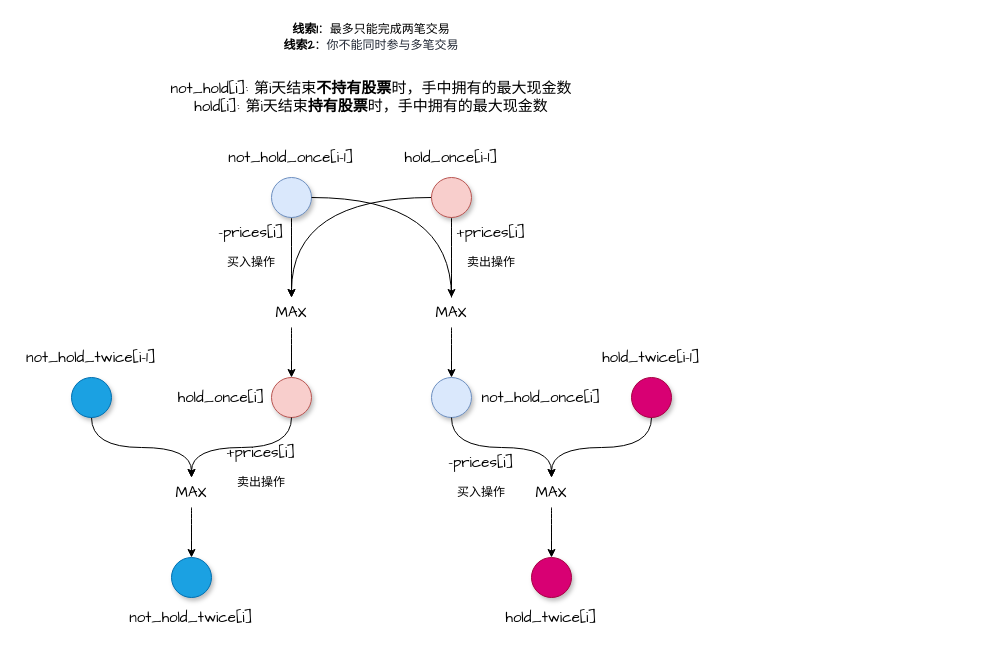
Above: draw.io/买卖股票的最佳时机III.drawio in goldknife6/algorithm (draw.io), before the change. Source tidied: cells renumbered, new cells numbered last; positions are measured from the earlier drawing's top-left corner, leaving out a move shared by most shapes. Both pictures are drawn from the tidied source at 100%, with x=0, y=0 at pixel (21, 17).
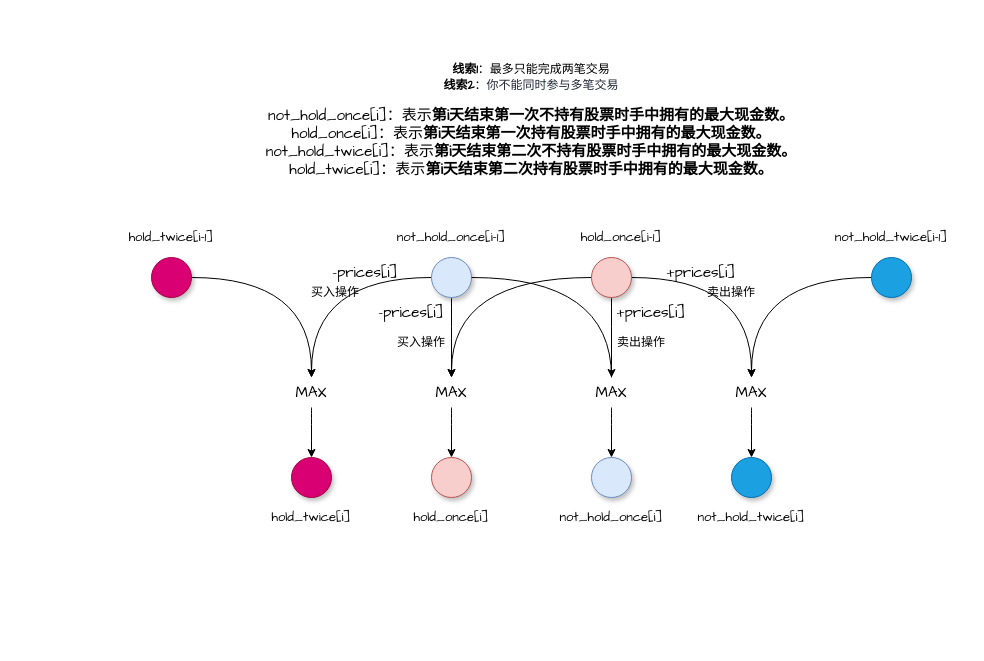
Above is the later version.

Commit message:
更新买卖股票的最佳时机III.drawio

What changed in the source:
```diff
@@
+    <mxCell id="44" style="edgeStyle=orthogonalEdgeStyle;curved=1;rounded=0;jettySize=auto;html=1;exitX=0;exitY=0.5;exitDx=0;exitDy=0;entryX=0.5;entryY=0;entryDx=0;entryDy=0;fontFamily=Comic Sans MS;" parent="1" edge="1" source="3" target="33">
+      <mxGeometry relative="1" as="geometry" />
+    </mxCell>
     <mxCell id="3" style="ellipse;whiteSpace=wrap;html=1;shadow=1;fillColor=#dae8fc;strokeColor=#6c8ebf;" parent="1" vertex="1">
-      <mxGeometry x="250" y="160" width="40" height="40" as="geometry" />
+      <mxGeometry x="410" y="240" width="40" height="40" as="geometry" />
     </mxCell>
     <mxCell id="4" style="ellipse;whiteSpace=wrap;html=1;shadow=1;fillColor=#dae8fc;strokeColor=#6c8ebf;" parent="1" vertex="1">
-      <mxGeometry x="410" y="360" width="40" height="40" as="geometry" />
+      <mxGeometry x="570" y="440" width="40" height="40" as="geometry" />
     </mxCell>
-    <mxCell id="5" value="&lt;font style=&quot;font-size: 15px&quot;&gt;not_hold_once[i-1]&lt;/font&gt;" style="text;html=1;strokeColor=none;fillColor=none;align=center;verticalAlign=middle;whiteSpace=wrap;rounded=0;shadow=1;fontFamily=Comic Sans MS;" parent="1" vertex="1">
-      <mxGeometry x="190" y="120" width="160" height="40" as="geometry" />
+    <mxCell id="5" value="&lt;font style=&quot;font-size: 13px&quot;&gt;not_hold_once[i-1]&lt;/font&gt;" style="text;html=1;strokeColor=none;fillColor=none;align=center;verticalAlign=middle;whiteSpace=wrap;rounded=0;shadow=1;fontFamily=Comic Sans MS;" parent="1" vertex="1">
+      <mxGeometry x="350" y="200" width="160" height="40" as="geometry" />
     </mxCell>
-    <mxCell id="6" value="&lt;font style=&quot;font-size: 15px&quot;&gt;not_hold[i]: 第i天结束&lt;b&gt;不持有股票&lt;/b&gt;时，&lt;span&gt;手中拥有的最大现金数&lt;br&gt;&lt;/span&gt;hold[i]: 第i天结束&lt;b&gt;持有股票&lt;/b&gt;时，手中拥有的最大现金数&lt;/font&gt;&lt;span&gt;&lt;br&gt;&lt;/span&gt;&lt;div class=&quot;okr-block-clipboard&quot;&gt;&lt;/div&gt;" style="text;html=1;strokeColor=none;fillColor=none;align=center;verticalAlign=middle;whiteSpace=wrap;rounded=0;shadow=1;fontFamily=Comic Sans MS;" parent="1" vertex="1">
-      <mxGeometry x="130" y="40" width="440" height="80" as="geometry" />
+    <mxCell id="6" value="&lt;div class=&quot;okr-block-clipboard&quot;&gt;&lt;/div&gt;&lt;span style=&quot;font-size: 15px&quot;&gt;not_hold_once[i]：表示&lt;/span&gt;&lt;b style=&quot;font-size: 15px&quot;&gt;第i天结束第一次不持有股票时手中拥有的最大现金数。&lt;/b&gt;&lt;br&gt;&lt;span style=&quot;font-size: 15px&quot;&gt;hold_once[i]：表示&lt;/span&gt;&lt;b style=&quot;font-size: 15px&quot;&gt;第i天结束第一次持有股票时手中拥有的最大现金数。&lt;/b&gt;&lt;br&gt;&lt;span style=&quot;font-size: 15px&quot;&gt;not_hold_twice[i]：表示&lt;/span&gt;&lt;b style=&quot;font-size: 15px&quot;&gt;第i天结束第二次不持有股票时手中拥有的最大现金数。&lt;/b&gt;&lt;br&gt;&lt;span style=&quot;font-size: 15px&quot;&gt;hold_twice[i]：表示&lt;/span&gt;&lt;b style=&quot;font-size: 15px&quot;&gt;第i天结束第二次持有股票时手中拥有的最大现金数。&lt;/b&gt;&lt;br&gt;&lt;div class=&quot;okr-block-clipboard&quot;&gt;&lt;/div&gt;" style="text;html=1;strokeColor=none;fillColor=none;align=center;verticalAlign=middle;whiteSpace=wrap;rounded=0;shadow=1;fontFamily=Comic Sans MS;" parent="1" vertex="1">
+      <mxGeometry x="210" y="80" width="600" height="90" as="geometry" />
     </mxCell>
@@
+    <mxCell id="45" style="edgeStyle=orthogonalEdgeStyle;curved=1;rounded=0;jettySize=auto;html=1;exitX=1;exitY=0.5;exitDx=0;exitDy=0;fontFamily=Comic Sans MS;entryX=0.5;entryY=0;entryDx=0;entryDy=0;" parent="1" edge="1" source="9" target="28">
+      <mxGeometry relative="1" as="geometry" />
+    </mxCell>
     <mxCell id="9" style="ellipse;whiteSpace=wrap;html=1;shadow=1;fillColor=#f8cecc;strokeColor=#b85450;" parent="1" vertex="1">
-      <mxGeometry x="410" y="160" width="40" height="40" as="geometry" />
+      <mxGeometry x="570" y="240" width="40" height="40" as="geometry" />
     </mxCell>
     <mxCell id="10" value="&lt;font style=&quot;font-size: 15px&quot;&gt;&lt;span&gt;+prices[i]&lt;/span&gt;&lt;/font&gt;&lt;div class=&quot;okr-block-clipboard&quot;&gt;&lt;/div&gt;" style="text;html=1;strokeColor=none;fillColor=none;align=center;verticalAlign=middle;whiteSpace=wrap;rounded=0;shadow=1;fontFamily=Comic Sans MS;" parent="1" vertex="1">
-      <mxGeometry x="430" y="200" width="80" height="30" as="geometry" />
+      <mxGeometry x="590" y="280" width="80" height="30" as="geometry" />
     </mxCell>
-    <mxCell id="11" value="&lt;font style=&quot;font-size: 15px&quot;&gt;not_hold_once[i]&lt;/font&gt;" style="text;html=1;strokeColor=none;fillColor=none;align=center;verticalAlign=middle;whiteSpace=wrap;rounded=0;shadow=1;fontFamily=Comic Sans MS;" parent="1" vertex="1">
-      <mxGeometry x="460" y="360" width="120" height="40" as="geometry" />
+    <mxCell id="11" value="&lt;font style=&quot;font-size: 13px&quot;&gt;not_hold_once[i]&lt;/font&gt;" style="text;html=1;strokeColor=none;fillColor=none;align=center;verticalAlign=middle;whiteSpace=wrap;rounded=0;shadow=1;fontFamily=Comic Sans MS;" parent="1" vertex="1">
+      <mxGeometry x="530" y="480" width="120" height="40" as="geometry" />
     </mxCell>
@@
     <mxCell id="13" value="MAX" style="text;html=1;strokeColor=none;fillColor=none;align=center;verticalAlign=middle;whiteSpace=wrap;rounded=0;shadow=1;fontFamily=Comic Sans MS;fontSize=15;" parent="1" vertex="1">
-      <mxGeometry x="400" y="280" width="60" height="30" as="geometry" />
+      <mxGeometry x="560" y="360" width="60" height="30" as="geometry" />
     </mxCell>
@@
-    <mxCell id="15" value="&lt;font style=&quot;font-size: 15px&quot;&gt;hold_once[i-1]&lt;/font&gt;" style="text;html=1;strokeColor=none;fillColor=none;align=center;verticalAlign=middle;whiteSpace=wrap;rounded=0;shadow=1;fontFamily=Comic Sans MS;" parent="1" vertex="1">
-      <mxGeometry x="360" y="120" width="140" height="40" as="geometry" />
+    <mxCell id="15" value="&lt;font style=&quot;font-size: 13px&quot;&gt;hold_once[i-1]&lt;/font&gt;" style="text;html=1;strokeColor=none;fillColor=none;align=center;verticalAlign=middle;whiteSpace=wrap;rounded=0;shadow=1;fontFamily=Comic Sans MS;" parent="1" vertex="1">
+      <mxGeometry x="530" y="200" width="140" height="40" as="geometry" />
     </mxCell>
     <mxCell id="16" value="&lt;font style=&quot;font-size: 15px&quot;&gt;&lt;span&gt;-prices[i]&lt;/span&gt;&lt;/font&gt;&lt;div class=&quot;okr-block-clipboard&quot;&gt;&lt;/div&gt;" style="text;html=1;strokeColor=none;fillColor=none;align=center;verticalAlign=middle;whiteSpace=wrap;rounded=0;shadow=1;fontFamily=Comic Sans MS;" parent="1" vertex="1">
-      <mxGeometry x="190" y="200" width="80" height="30" as="geometry" />
+      <mxGeometry x="350" y="280" width="80" height="30" as="geometry" />
     </mxCell>
-    <mxCell id="17" value="&lt;font style=&quot;font-size: 15px&quot;&gt;hold_once[i]&lt;/font&gt;" style="text;html=1;strokeColor=none;fillColor=none;align=center;verticalAlign=middle;whiteSpace=wrap;rounded=0;shadow=1;fontFamily=Comic Sans MS;" parent="1" vertex="1">
-      <mxGeometry x="160" y="360" width="80" height="40" as="geometry" />
+    <mxCell id="17" value="&lt;font style=&quot;font-size: 13px&quot;&gt;hold_once[i]&lt;/font&gt;" style="text;html=1;strokeColor=none;fillColor=none;align=center;verticalAlign=middle;whiteSpace=wrap;rounded=0;shadow=1;fontFamily=Comic Sans MS;" parent="1" vertex="1">
+      <mxGeometry x="390" y="480" width="80" height="40" as="geometry" />
     </mxCell>
     <mxCell id="18" style="ellipse;whiteSpace=wrap;html=1;shadow=1;fillColor=#f8cecc;strokeColor=#b85450;" parent="1" vertex="1">
-      <mxGeometry x="250" y="360" width="40" height="40" as="geometry" />
+      <mxGeometry x="410" y="440" width="40" height="40" as="geometry" />
     </mxCell>
@@
     <mxCell id="20" value="MAX" style="text;html=1;strokeColor=none;fillColor=none;align=center;verticalAlign=middle;whiteSpace=wrap;rounded=0;shadow=1;fontFamily=Comic Sans MS;fontSize=15;" parent="1" vertex="1">
-      <mxGeometry x="240" y="280" width="60" height="30" as="geometry" />
+      <mxGeometry x="400" y="360" width="60" height="30" as="geometry" />
     </mxCell>
     <mxCell id="21" value="&lt;font style=&quot;font-size: 12px&quot; face=&quot;Comic Sans MS&quot;&gt;&lt;font style=&quot;font-size: 12px&quot;&gt;&lt;b&gt;线索1&lt;/b&gt;：&lt;span&gt;最多只能完成两笔交易&lt;/span&gt;&lt;br&gt;&lt;b&gt;线索2&lt;/b&gt;：&lt;/font&gt;&lt;span style=&quot;color: rgb(33 , 40 , 53) ; background-color: rgb(255 , 255 , 255)&quot;&gt;你不能同时参与多笔交易&lt;/span&gt;&lt;/font&gt;" style="text;html=1;strokeColor=none;fillColor=none;align=center;verticalAlign=middle;whiteSpace=wrap;rounded=0;" parent="1" vertex="1">
-      <mxGeometry x="210" width="280" height="40" as="geometry" />
+      <mxGeometry x="370" y="40" width="280" height="40" as="geometry" />
     </mxCell>
-    <mxCell id="22" style="edgeStyle=orthogonalEdgeStyle;rounded=0;jettySize=auto;html=1;exitX=0.5;exitY=1;exitDx=0;exitDy=0;entryX=0.5;entryY=0;entryDx=0;entryDy=0;curved=1;" parent="1" edge="1" source="18" target="33">
-      <mxGeometry relative="1" as="geometry" />
-    </mxCell>
-    <mxCell id="23" style="ellipse;whiteSpace=wrap;html=1;shadow=1;fillColor=#d80073;strokeColor=#A50040;fontColor=#ffffff;" parent="1" vertex="1">
-      <mxGeometry x="510" y="540" width="40" height="40" as="geometry" />
+    <mxCell id="23" style="ellipse;whiteSpace=wrap;html=1;shadow=1;fillColor=#1ba1e2;strokeColor=#006EAF;fontColor=#ffffff;" parent="1" vertex="1">
+      <mxGeometry x="710" y="440" width="40" height="40" as="geometry" />
     </mxCell>
-    <mxCell id="24" style="edgeStyle=orthogonalEdgeStyle;curved=1;rounded=0;jettySize=auto;html=1;exitX=0.5;exitY=1;exitDx=0;exitDy=0;fontFamily=Comic Sans MS;" parent="1" edge="1" source="4" target="28">
-      <mxGeometry relative="1" as="geometry" />
-    </mxCell>
-    <mxCell id="25" value="&lt;font style=&quot;font-size: 15px&quot;&gt;&lt;span&gt;+prices[i]&lt;/span&gt;&lt;/font&gt;&lt;div class=&quot;okr-block-clipboard&quot;&gt;&lt;/div&gt;" style="text;html=1;strokeColor=none;fillColor=none;align=center;verticalAlign=middle;whiteSpace=wrap;rounded=0;shadow=1;fontFamily=Comic Sans MS;" parent="1" vertex="1">
-      <mxGeometry x="200" y="420" width="80" height="30" as="geometry" />
+    <mxCell id="25" value="&lt;font style=&quot;font-size: 15px&quot;&gt;&lt;span&gt;-prices[i]&lt;/span&gt;&lt;/font&gt;&lt;div class=&quot;okr-block-clipboard&quot;&gt;&lt;/div&gt;" style="text;html=1;strokeColor=none;fillColor=none;align=center;verticalAlign=middle;whiteSpace=wrap;rounded=0;shadow=1;fontFamily=Comic Sans MS;" parent="1" vertex="1">
+      <mxGeometry x="304" y="240" width="80" height="30" as="geometry" />
     </mxCell>
-    <mxCell id="26" value="&lt;span style=&quot;font-size: 15px&quot;&gt;hold_twice[i]&lt;/span&gt;" style="text;html=1;strokeColor=none;fillColor=none;align=center;verticalAlign=middle;whiteSpace=wrap;rounded=0;shadow=1;fontFamily=Comic Sans MS;" parent="1" vertex="1">
-      <mxGeometry x="470" y="580" width="120" height="40" as="geometry" />
+    <mxCell id="26" value="&lt;font style=&quot;font-size: 13px&quot;&gt;hold_twice[i]&lt;/font&gt;" style="text;html=1;strokeColor=none;fillColor=none;align=center;verticalAlign=middle;whiteSpace=wrap;rounded=0;shadow=1;fontFamily=Comic Sans MS;" parent="1" vertex="1">
+      <mxGeometry x="230" y="480" width="120" height="40" as="geometry" />
     </mxCell>
@@
     <mxCell id="28" value="MAX" style="text;html=1;strokeColor=none;fillColor=none;align=center;verticalAlign=middle;whiteSpace=wrap;rounded=0;shadow=1;fontFamily=Comic Sans MS;fontSize=15;" parent="1" vertex="1">
-      <mxGeometry x="500" y="460" width="60" height="30" as="geometry" />
+      <mxGeometry x="700" y="360" width="60" height="30" as="geometry" />
     </mxCell>
-    <mxCell id="29" value="&lt;font style=&quot;font-size: 15px&quot;&gt;&lt;span&gt;-prices[i]&lt;/span&gt;&lt;/font&gt;&lt;div class=&quot;okr-block-clipboard&quot;&gt;&lt;/div&gt;" style="text;html=1;strokeColor=none;fillColor=none;align=center;verticalAlign=middle;whiteSpace=wrap;rounded=0;shadow=1;fontFamily=Comic Sans MS;" parent="1" vertex="1">
-      <mxGeometry x="420" y="430" width="80" height="30" as="geometry" />
+    <mxCell id="29" value="&lt;font style=&quot;font-size: 15px&quot;&gt;&lt;span&gt;+prices[i]&lt;/span&gt;&lt;/font&gt;&lt;div class=&quot;okr-block-clipboard&quot;&gt;&lt;/div&gt;" style="text;html=1;strokeColor=none;fillColor=none;align=center;verticalAlign=middle;whiteSpace=wrap;rounded=0;shadow=1;fontFamily=Comic Sans MS;" parent="1" vertex="1">
+      <mxGeometry x="640" y="240" width="80" height="30" as="geometry" />
     </mxCell>
-    <mxCell id="30" value="&lt;font style=&quot;font-size: 15px&quot;&gt;not_hold_twice[i]&lt;/font&gt;" style="text;html=1;strokeColor=none;fillColor=none;align=center;verticalAlign=middle;whiteSpace=wrap;rounded=0;shadow=1;fontFamily=Comic Sans MS;" parent="1" vertex="1">
-      <mxGeometry x="110" y="580" width="120" height="40" as="geometry" />
+    <mxCell id="30" value="&lt;font style=&quot;font-size: 13px&quot;&gt;not_hold_twice[i]&lt;/font&gt;" style="text;html=1;strokeColor=none;fillColor=none;align=center;verticalAlign=middle;whiteSpace=wrap;rounded=0;shadow=1;fontFamily=Comic Sans MS;" parent="1" vertex="1">
+      <mxGeometry x="670" y="480" width="120" height="40" as="geometry" />
     </mxCell>
-    <mxCell id="31" style="ellipse;whiteSpace=wrap;html=1;shadow=1;fillColor=#1ba1e2;strokeColor=#006EAF;fontColor=#ffffff;" parent="1" vertex="1">
-      <mxGeometry x="150" y="540" width="40" height="40" as="geometry" />
+    <mxCell id="31" style="ellipse;whiteSpace=wrap;html=1;shadow=1;fillColor=#d80073;strokeColor=#A50040;fontColor=#ffffff;" parent="1" vertex="1">
+      <mxGeometry x="270" y="440" width="40" height="40" as="geometry" />
     </mxCell>
@@
     <mxCell id="33" value="MAX" style="text;html=1;strokeColor=none;fillColor=none;align=center;verticalAlign=middle;whiteSpace=wrap;rounded=0;shadow=1;fontFamily=Comic Sans MS;fontSize=15;" parent="1" vertex="1">
-      <mxGeometry x="140" y="460" width="60" height="30" as="geometry" />
+      <mxGeometry x="260" y="360" width="60" height="30" as="geometry" />
     </mxCell>
     <mxCell id="34" value="&lt;font face=&quot;Comic Sans MS&quot;&gt;买入操作&lt;/font&gt;" style="text;html=1;strokeColor=none;fillColor=none;align=center;verticalAlign=middle;whiteSpace=wrap;rounded=0;" parent="1" vertex="1">
-      <mxGeometry x="200" y="230" width="60" height="30" as="geometry" />
+      <mxGeometry x="370" y="310" width="60" height="30" as="geometry" />
     </mxCell>
     <mxCell id="35" value="&lt;font face=&quot;Comic Sans MS&quot;&gt;卖出操作&lt;/font&gt;" style="text;html=1;strokeColor=none;fillColor=none;align=center;verticalAlign=middle;whiteSpace=wrap;rounded=0;" parent="1" vertex="1">
-      <mxGeometry x="440" y="230" width="60" height="30" as="geometry" />
+      <mxGeometry x="590" y="310" width="60" height="30" as="geometry" />
     </mxCell>
-    <mxCell id="36" style="edgeStyle=orthogonalEdgeStyle;rounded=0;jettySize=auto;html=1;exitX=0.5;exitY=1;exitDx=0;exitDy=0;curved=1;" parent="1" edge="1" source="37" target="28">
+    <mxCell id="36" style="edgeStyle=orthogonalEdgeStyle;rounded=0;jettySize=auto;html=1;exitX=0;exitY=0.5;exitDx=0;exitDy=0;curved=1;" parent="1" edge="1" source="37" target="28">
       <mxGeometry relative="1" as="geometry" />
     </mxCell>
-    <mxCell id="37" style="ellipse;whiteSpace=wrap;html=1;shadow=1;fillColor=#d80073;strokeColor=#A50040;fontColor=#ffffff;" parent="1" vertex="1">
-      <mxGeometry x="610" y="360" width="40" height="40" as="geometry" />
+    <mxCell id="37" style="ellipse;whiteSpace=wrap;html=1;shadow=1;fillColor=#1ba1e2;strokeColor=#006EAF;fontColor=#ffffff;" parent="1" vertex="1">
+      <mxGeometry x="850" y="240" width="40" height="40" as="geometry" />
     </mxCell>
-    <mxCell id="38" value="&lt;span style=&quot;font-size: 15px&quot;&gt;hold_twice[i-1]&lt;/span&gt;" style="text;html=1;strokeColor=none;fillColor=none;align=center;verticalAlign=middle;whiteSpace=wrap;rounded=0;shadow=1;fontFamily=Comic Sans MS;" parent="1" vertex="1">
-      <mxGeometry x="570" y="320" width="120" height="40" as="geometry" />
+    <mxCell id="38" value="&lt;font style=&quot;font-size: 13px&quot;&gt;hold_twice[i-1]&lt;/font&gt;" style="text;html=1;strokeColor=none;fillColor=none;align=center;verticalAlign=middle;whiteSpace=wrap;rounded=0;shadow=1;fontFamily=Comic Sans MS;" parent="1" vertex="1">
+      <mxGeometry x="90" y="200" width="120" height="40" as="geometry" />
     </mxCell>
-    <mxCell id="39" value="&lt;font style=&quot;font-size: 15px&quot;&gt;not_hold_twice[i-1]&lt;/font&gt;" style="text;html=1;strokeColor=none;fillColor=none;align=center;verticalAlign=middle;whiteSpace=wrap;rounded=0;shadow=1;fontFamily=Comic Sans MS;" parent="1" vertex="1">
-      <mxGeometry y="320" width="140" height="40" as="geometry" />
+    <mxCell id="39" value="&lt;font style=&quot;font-size: 13px&quot;&gt;not_hold_twice[i-1]&lt;/font&gt;" style="text;html=1;strokeColor=none;fillColor=none;align=center;verticalAlign=middle;whiteSpace=wrap;rounded=0;shadow=1;fontFamily=Comic Sans MS;" parent="1" vertex="1">
+      <mxGeometry x="800" y="200" width="140" height="40" as="geometry" />
     </mxCell>
-    <mxCell id="40" style="edgeStyle=orthogonalEdgeStyle;curved=1;rounded=0;jettySize=auto;html=1;exitX=0.5;exitY=1;exitDx=0;exitDy=0;entryX=0.5;entryY=0;entryDx=0;entryDy=0;" parent="1" edge="1" source="41" target="33">
+    <mxCell id="40" style="edgeStyle=orthogonalEdgeStyle;curved=1;rounded=0;jettySize=auto;html=1;exitX=1;exitY=0.5;exitDx=0;exitDy=0;entryX=0.5;entryY=0;entryDx=0;entryDy=0;" parent="1" edge="1" source="41" target="33">
       <mxGeometry relative="1" as="geometry" />
     </mxCell>
-    <mxCell id="41" style="ellipse;whiteSpace=wrap;html=1;shadow=1;fillColor=#1ba1e2;strokeColor=#006EAF;fontColor=#ffffff;" parent="1" vertex="1">
-      <mxGeometry x="50" y="360" width="40" height="40" as="geometry" />
+    <mxCell id="41" style="ellipse;whiteSpace=wrap;html=1;shadow=1;fillColor=#d80073;strokeColor=#A50040;fontColor=#ffffff;" parent="1" vertex="1">
+      <mxGeometry x="130" y="240" width="40" height="40" as="geometry" />
     </mxCell>
-    <mxCell id="42" value="&lt;font face=&quot;Comic Sans MS&quot;&gt;卖出操作&lt;/font&gt;" style="text;html=1;strokeColor=none;fillColor=none;align=center;verticalAlign=middle;whiteSpace=wrap;rounded=0;" parent="1" vertex="1">
-      <mxGeometry x="210" y="450" width="60" height="30" as="geometry" />
+    <mxCell id="42" value="&lt;font face=&quot;Comic Sans MS&quot;&gt;买入操作&lt;/font&gt;" style="text;html=1;strokeColor=none;fillColor=none;align=center;verticalAlign=middle;whiteSpace=wrap;rounded=0;" parent="1" vertex="1">
+      <mxGeometry x="284" y="260" width="60" height="30" as="geometry" />
     </mxCell>
-    <mxCell id="43" value="&lt;font face=&quot;Comic Sans MS&quot;&gt;买入操作&lt;/font&gt;" style="text;html=1;strokeColor=none;fillColor=none;align=center;verticalAlign=middle;whiteSpace=wrap;rounded=0;" parent="1" vertex="1">
-      <mxGeometry x="430" y="460" width="60" height="30" as="geometry" />
+    <mxCell id="43" value="&lt;font face=&quot;Comic Sans MS&quot;&gt;卖出操作&lt;/font&gt;" style="text;html=1;strokeColor=none;fillColor=none;align=center;verticalAlign=middle;whiteSpace=wrap;rounded=0;" parent="1" vertex="1">
+      <mxGeometry x="680" y="260" width="60" height="30" as="geometry" />
     </mxCell>
```
